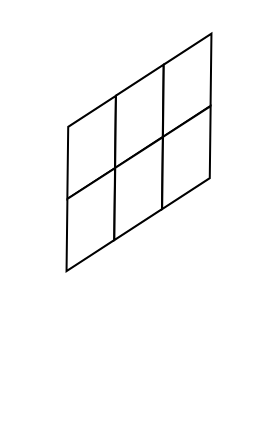
This is Untitled Diagram.drawio from huangqiuyu/Compiler, a draw.io file, before an edit. Source tidied: cells renumbered, new cells numbered last; positions are measured from the earlier drawing's top-left corner, leaving out a move shared by most shapes. Both pictures are drawn from the tidied source at 200%, with x=0, y=0 at pixel (32, 54).
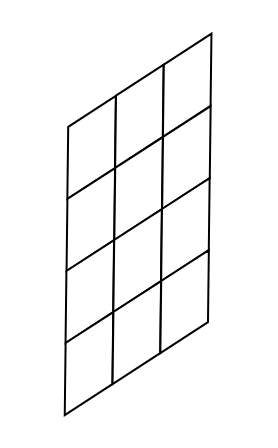
Above is the later version.

Diff of the diagram source:
```diff
@@
 <mxGraphModel>
   <root>
     <mxCell id="0" />
     <mxCell id="1" parent="0" />
     <mxCell id="2" style="shape=parallelogram;perimeter=parallelogramPerimeter;whiteSpace=wrap;html=1;fixedSize=1;rotation=327;" parent="1" vertex="1">
       <mxGeometry x="5.1" y="31.2" width="48.4" height="30" as="geometry" />
     </mxCell>
     <mxCell id="3" style="shape=parallelogram;perimeter=parallelogramPerimeter;whiteSpace=wrap;html=1;fixedSize=1;rotation=327;" parent="1" vertex="1">
       <mxGeometry x="29" y="15.6" width="48.4" height="30" as="geometry" />
     </mxCell>
     <mxCell id="4" style="shape=parallelogram;perimeter=parallelogramPerimeter;whiteSpace=wrap;html=1;fixedSize=1;rotation=327;" parent="1" vertex="1">
       <mxGeometry x="52.9" y="0.1" width="48.4" height="30" as="geometry" />
     </mxCell>
     <mxCell id="5" style="group;" parent="1" vertex="1">
       <mxGeometry x="0.4" y="25.5" width="104.8" height="82.6" as="geometry" />
     </mxCell>
     <mxCell id="6" style="shape=parallelogram;perimeter=parallelogramPerimeter;whiteSpace=wrap;html=1;fixedSize=1;rotation=327;" parent="5" vertex="1">
       <mxGeometry x="4.3" y="41.8" width="48.4" height="30" as="geometry" />
     </mxCell>
     <mxCell id="7" style="shape=parallelogram;perimeter=parallelogramPerimeter;whiteSpace=wrap;html=1;fixedSize=1;rotation=327;" parent="5" vertex="1">
       <mxGeometry x="28.2" y="26.3" width="48.4" height="30" as="geometry" />
     </mxCell>
     <mxCell id="8" style="shape=parallelogram;perimeter=parallelogramPerimeter;whiteSpace=wrap;html=1;fixedSize=1;rotation=327;" parent="5" vertex="1">
       <mxGeometry x="52.1" y="10.8" width="48.4" height="30" as="geometry" />
     </mxCell>
+    <mxCell id="9" style="group;" parent="1" vertex="1">
+      <mxGeometry x="-0.1" y="61.5" width="104.8" height="82.6" as="geometry" />
+    </mxCell>
+    <mxCell id="10" style="shape=parallelogram;perimeter=parallelogramPerimeter;whiteSpace=wrap;html=1;fixedSize=1;rotation=327;" parent="9" vertex="1">
+      <mxGeometry x="4.3" y="41.8" width="48.4" height="30" as="geometry" />
+    </mxCell>
+    <mxCell id="11" style="shape=parallelogram;perimeter=parallelogramPerimeter;whiteSpace=wrap;html=1;fixedSize=1;rotation=327;" parent="9" vertex="1">
+      <mxGeometry x="28.2" y="26.3" width="48.4" height="30" as="geometry" />
+    </mxCell>
+    <mxCell id="12" style="shape=parallelogram;perimeter=parallelogramPerimeter;whiteSpace=wrap;html=1;fixedSize=1;rotation=327;" parent="9" vertex="1">
+      <mxGeometry x="52.1" y="10.8" width="48.4" height="30" as="geometry" />
+    </mxCell>
+    <mxCell id="13" style="group;" parent="1" vertex="1">
+      <mxGeometry x="-0.5" y="97.5" width="104.8" height="82.6" as="geometry" />
+    </mxCell>
+    <mxCell id="14" style="shape=parallelogram;perimeter=parallelogramPerimeter;whiteSpace=wrap;html=1;fixedSize=1;rotation=327;" parent="13" vertex="1">
+      <mxGeometry x="4.3" y="41.8" width="48.4" height="30" as="geometry" />
+    </mxCell>
+    <mxCell id="15" style="shape=parallelogram;perimeter=parallelogramPerimeter;whiteSpace=wrap;html=1;fixedSize=1;rotation=327;" parent="13" vertex="1">
+      <mxGeometry x="28.2" y="26.3" width="48.4" height="30" as="geometry" />
+    </mxCell>
+    <mxCell id="16" style="shape=parallelogram;perimeter=parallelogramPerimeter;whiteSpace=wrap;html=1;fixedSize=1;rotation=327;" parent="13" vertex="1">
+      <mxGeometry x="52.1" y="10.8" width="48.4" height="30" as="geometry" />
+    </mxCell>
   </root>
 </mxGraphModel>
```
